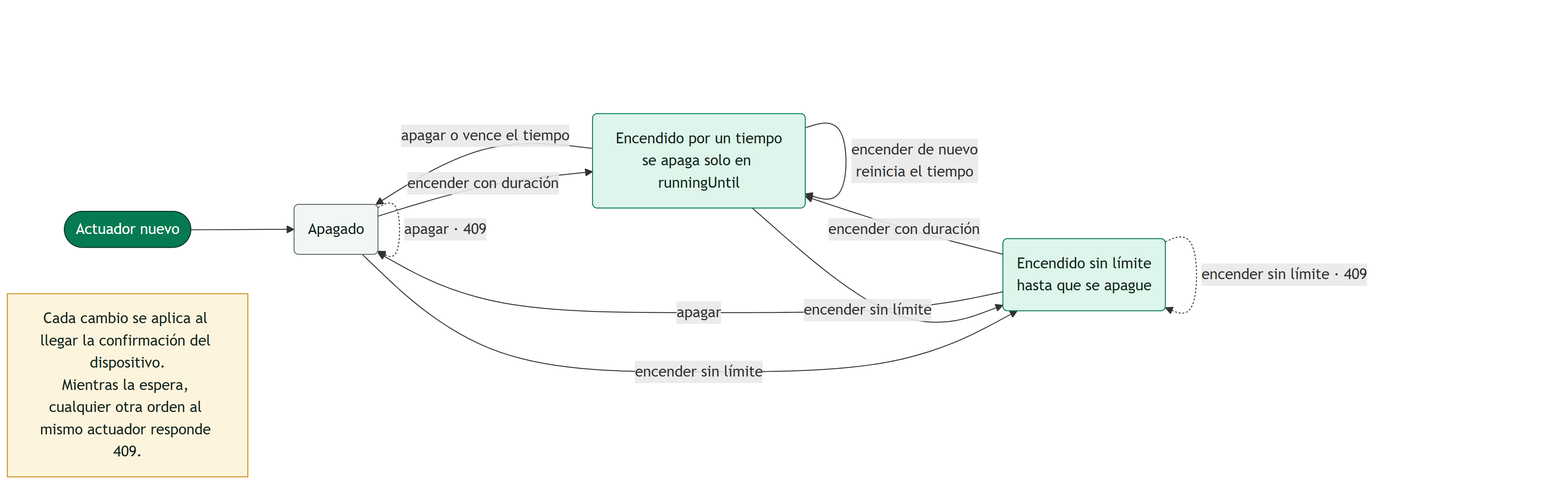
SmartPotTech/.github keeps this Mermaid diagram as docs/diagrams/SmartPot_39_Actuator_Switch.png. Above is the earlier version. Its source is kept beside it as docs/diagrams/SmartPot_39_Actuator_Switch.mmd. Source of this version:
```mermaid
%%{init: {"theme": "base", "fontFamily": "Segoe UI, Arial, sans-serif", "themeVariables": {"fontFamily": "Segoe UI, Arial, sans-serif", "fontSize": "15px", "primaryColor": "#DDF5EA", "primaryTextColor": "#17261F", "primaryBorderColor": "#067A52", "secondaryColor": "#E3F2FB", "secondaryTextColor": "#17261F", "secondaryBorderColor": "#1F6FA0", "tertiaryColor": "#F2F7F4", "tertiaryTextColor": "#17261F", "tertiaryBorderColor": "#D5E3DC", "lineColor": "#5B6B63", "textColor": "#17261F", "mainBkg": "#DDF5EA", "nodeBorder": "#067A52", "clusterBkg": "#F7FAF8", "clusterBorder": "#D5E3DC", "edgeLabelBackground": "#FFFFFF", "actorBkg": "#067A52", "actorBorder": "#0B3D2B", "actorTextColor": "#FFFFFF", "actorLineColor": "#5B6B63", "signalColor": "#17261F", "signalTextColor": "#17261F", "labelBoxBkgColor": "#0B3D2B", "labelBoxBorderColor": "#0B3D2B", "labelTextColor": "#FFFFFF", "loopTextColor": "#0B3D2B", "noteBkgColor": "#FDF4DD", "noteBorderColor": "#C98D12", "noteTextColor": "#17261F", "activationBkgColor": "#DDF5EA", "activationBorderColor": "#067A52", "attributeBackgroundColorOdd": "#FFFFFF", "attributeBackgroundColorEven": "#F2F7F4"}}, "layout": "elk", "elk": {"nodePlacementStrategy": "BRANDES_KOEPF", "mergeEdges": false, "cycleBreakingStrategy": "GREEDY"}}%%
flowchart LR
  start(["Actuador nuevo"]) --> off
  off("Apagado")
  timed("Encendido por un tiempo<br/>se apaga solo en runningUntil")
  unlimited("Encendido sin límite<br/>hasta que se apague")
  off -->|"encender con duración"| timed
  off -->|"encender sin límite"| unlimited
  timed -->|"apagar o vence el tiempo"| off
  unlimited -->|"apagar"| off
  timed -->|"encender sin límite"| unlimited
  unlimited -->|"encender con duración"| timed
  timed -->|"encender de nuevo<br/>reinicia el tiempo"| timed
  off -.->|"apagar · 409"| off
  unlimited -.->|"encender sin límite · 409"| unlimited
  rule["Cada cambio se aplica al llegar la confirmación del dispositivo.<br/>Mientras la espera, cualquier otra orden al mismo actuador responde 409."]
  classDef leaf fill:#DDF5EA,stroke:#067A52,color:#17261F
  classDef sun fill:#FDF4DD,stroke:#C98D12,color:#17261F
  classDef core fill:#067A52,stroke:#0B3D2B,color:#FFFFFF
  classDef muted fill:#F2F7F4,stroke:#5B6B63,color:#17261F
  class start core
  class off muted
  class timed,unlimited leaf
  class rule sun
```
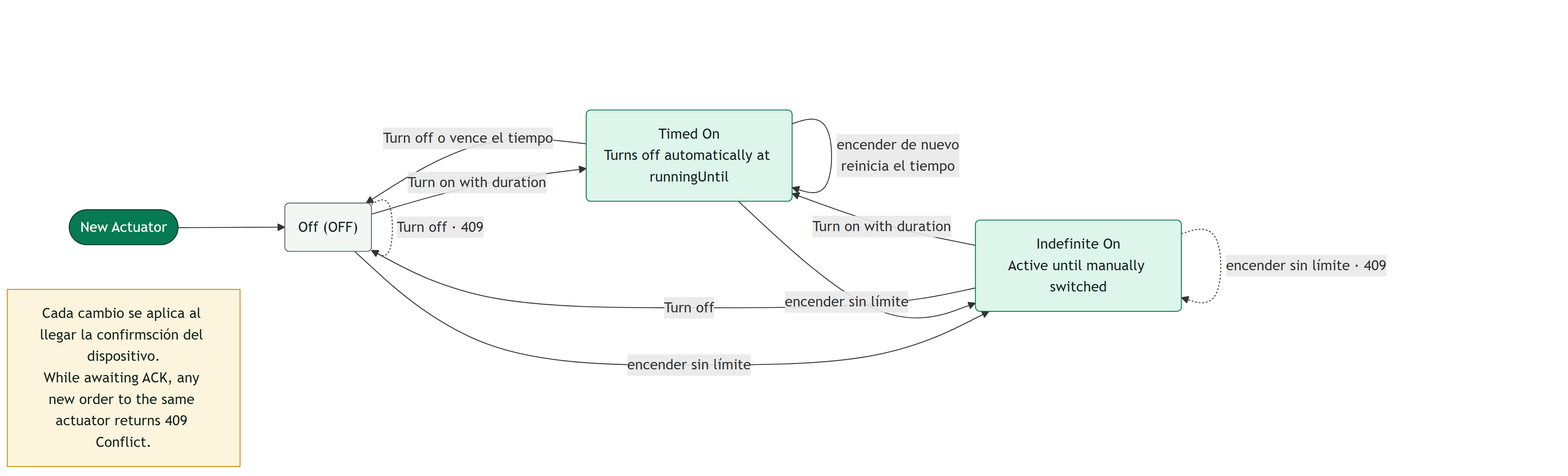
The same diagram one commit later.

The edit, as a diff of the source:
```diff
@@ -1,19 +1,19 @@
 %%{init: {"theme": "base", "fontFamily": "Segoe UI, Arial, sans-serif", "themeVariables": {"fontFamily": "Segoe UI, Arial, sans-serif", "fontSize": "15px", "primaryColor": "#DDF5EA", "primaryTextColor": "#17261F", "primaryBorderColor": "#067A52", "secondaryColor": "#E3F2FB", "secondaryTextColor": "#17261F", "secondaryBorderColor": "#1F6FA0", "tertiaryColor": "#F2F7F4", "tertiaryTextColor": "#17261F", "tertiaryBorderColor": "#D5E3DC", "lineColor": "#5B6B63", "textColor": "#17261F", "mainBkg": "#DDF5EA", "nodeBorder": "#067A52", "clusterBkg": "#F7FAF8", "clusterBorder": "#D5E3DC", "edgeLabelBackground": "#FFFFFF", "actorBkg": "#067A52", "actorBorder": "#0B3D2B", "actorTextColor": "#FFFFFF", "actorLineColor": "#5B6B63", "signalColor": "#17261F", "signalTextColor": "#17261F", "labelBoxBkgColor": "#0B3D2B", "labelBoxBorderColor": "#0B3D2B", "labelTextColor": "#FFFFFF", "loopTextColor": "#0B3D2B", "noteBkgColor": "#FDF4DD", "noteBorderColor": "#C98D12", "noteTextColor": "#17261F", "activationBkgColor": "#DDF5EA", "activationBorderColor": "#067A52", "attributeBackgroundColorOdd": "#FFFFFF", "attributeBackgroundColorEven": "#F2F7F4"}}, "layout": "elk", "elk": {"nodePlacementStrategy": "BRANDES_KOEPF", "mergeEdges": false, "cycleBreakingStrategy": "GREEDY"}}%%
 flowchart LR
-  start(["Actuador nuevo"]) --> off
-  off("Apagado")
-  timed("Encendido por un tiempo<br/>se apaga solo en runningUntil")
-  unlimited("Encendido sin límite<br/>hasta que se apague")
-  off -->|"encender con duración"| timed
+  start(["New Actuator"]) --> off
+  off("Off (OFF)")
+  timed("Timed On<br/>Turns off automatically at runningUntil")
+  unlimited("Indefinite On<br/>Active until manually switched")
+  off -->|"Turn on with duration"| timed
   off -->|"encender sin límite"| unlimited
-  timed -->|"apagar o vence el tiempo"| off
-  unlimited -->|"apagar"| off
+  timed -->|"Turn off o vence el tiempo"| off
+  unlimited -->|"Turn off"| off
   timed -->|"encender sin límite"| unlimited
-  unlimited -->|"encender con duración"| timed
+  unlimited -->|"Turn on with duration"| timed
   timed -->|"encender de nuevo<br/>reinicia el tiempo"| timed
-  off -.->|"apagar · 409"| off
+  off -.->|"Turn off · 409"| off
   unlimited -.->|"encender sin límite · 409"| unlimited
-  rule["Cada cambio se aplica al llegar la confirmación del dispositivo.<br/>Mientras la espera, cualquier otra orden al mismo actuador responde 409."]
+  rule["Cada cambio se aplica al llegar la confirmsción del dispositivo.<br/>While awaiting ACK, any new order to the same actuator returns 409 Conflict."]
   classDef leaf fill:#DDF5EA,stroke:#067A52,color:#17261F
   classDef sun fill:#FDF4DD,stroke:#C98D12,color:#17261F
   classDef core fill:#067A52,stroke:#0B3D2B,color:#FFFFFF
```
